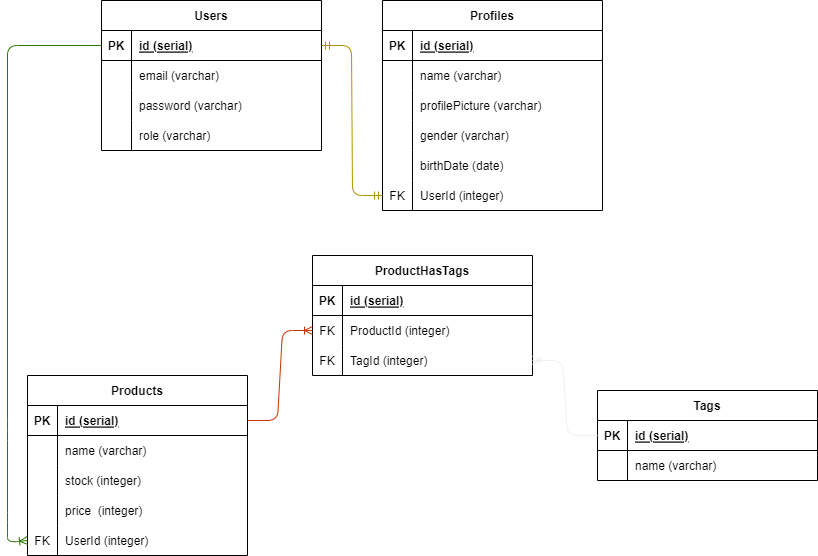
Before: ERD/schema-hijau-busana.drawio.png, a diagram exported from draw.io (viscocsiv/Hacktiv8-Hijau-Busana). Source tidied: cells renumbered, new cells last; positions are measured from the earlier drawing's top-left corner, leaving out a move shared by most shapes.
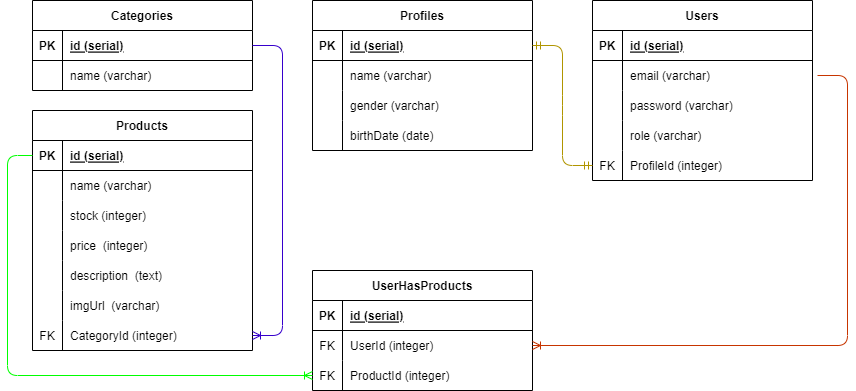
Later version of the same file.

Change to the diagram source:
```diff
@@ -3,7 +3,7 @@
     <mxCell id="0" />
     <mxCell id="1" parent="0" />
     <mxCell id="2" value="Users" style="shape=table;startSize=30;rowLines=0;fontStyle=1;align=center;" parent="1" vertex="1">
-      <mxGeometry x="94" width="220" height="150" as="geometry" />
+      <mxGeometry x="1420" y="97" width="220" height="180" as="geometry" />
     </mxCell>
     <mxCell id="3" style="shape=tableRow;horizontal=0;startSize=0;swimlaneHead=0;swimlaneBody=0;fillColor=none;points=[[0,0.5],[1,0.5]];portConstraint=eastwest;top=0;left=0;right=0;bottom=1;" parent="2" vertex="1">
       <mxGeometry y="30" width="220" height="30" as="geometry" />
@@ -41,8 +41,17 @@
     <mxCell id="14" value="role (varchar) " style="shape=partialRectangle;fillColor=none;top=0;left=0;bottom=0;right=0;align=left;spacingLeft=6;overflow=hidden;" parent="12" vertex="1">
       <mxGeometry x="30" width="190" height="30" as="geometry" />
     </mxCell>
+    <mxCell id="71" style="shape=tableRow;horizontal=0;startSize=0;swimlaneHead=0;swimlaneBody=0;fillColor=none;points=[[0,0.5],[1,0.5]];portConstraint=eastwest;top=0;left=0;right=0;bottom=0;" parent="2" vertex="1">
+      <mxGeometry y="150" width="220" height="30" as="geometry" />
+    </mxCell>
+    <mxCell id="32" value="FK" style="shape=partialRectangle;fillColor=none;top=0;left=0;bottom=0;right=0;overflow=hidden;" parent="71" vertex="1">
+      <mxGeometry width="30" height="30" as="geometry" />
+    </mxCell>
+    <mxCell id="72" value="ProfileId (integer) " style="shape=partialRectangle;fillColor=none;top=0;left=0;bottom=0;right=0;align=left;spacingLeft=6;overflow=hidden;" parent="71" vertex="1">
+      <mxGeometry x="30" width="190" height="30" as="geometry" />
+    </mxCell>
     <mxCell id="15" value="Profiles" style="shape=table;startSize=30;rowLines=0;fontStyle=1;align=center;" parent="1" vertex="1">
-      <mxGeometry x="375" width="220" height="210" as="geometry" />
+      <mxGeometry x="1140" y="97" width="220" height="150" as="geometry" />
     </mxCell>
     <mxCell id="16" style="shape=tableRow;horizontal=0;startSize=0;swimlaneHead=0;swimlaneBody=0;fillColor=none;points=[[0,0.5],[1,0.5]];portConstraint=eastwest;top=0;left=0;right=0;bottom=1;" parent="15" vertex="1">
       <mxGeometry y="30" width="220" height="30" as="geometry" />
@@ -62,17 +71,8 @@
     <mxCell id="21" value="name (varchar) " style="shape=partialRectangle;fillColor=none;top=0;left=0;bottom=0;right=0;align=left;spacingLeft=6;overflow=hidden;" parent="19" vertex="1">
       <mxGeometry x="30" width="190" height="30" as="geometry" />
     </mxCell>
-    <mxCell id="22" style="shape=tableRow;horizontal=0;startSize=0;swimlaneHead=0;swimlaneBody=0;fillColor=none;top=0;left=0;right=0;bottom=0;" parent="15" vertex="1">
-      <mxGeometry y="90" width="220" height="30" as="geometry" />
-    </mxCell>
-    <mxCell id="23" style="shape=partialRectangle;fillColor=none;top=0;left=0;bottom=0;right=0;overflow=hidden;" parent="22" vertex="1">
-      <mxGeometry width="30" height="30" as="geometry" />
-    </mxCell>
-    <mxCell id="24" value="profilePicture (varchar) " style="shape=partialRectangle;fillColor=none;top=0;left=0;bottom=0;right=0;align=left;spacingLeft=6;overflow=hidden;" parent="22" vertex="1">
-      <mxGeometry x="30" width="190" height="30" as="geometry" />
-    </mxCell>
     <mxCell id="25" style="shape=tableRow;horizontal=0;startSize=0;swimlaneHead=0;swimlaneBody=0;fillColor=none;top=0;left=0;right=0;bottom=0;" parent="15" vertex="1">
-      <mxGeometry y="120" width="220" height="30" as="geometry" />
+      <mxGeometry y="90" width="220" height="30" as="geometry" />
     </mxCell>
     <mxCell id="26" style="shape=partialRectangle;fillColor=none;top=0;left=0;bottom=0;right=0;overflow=hidden;" parent="25" vertex="1">
       <mxGeometry width="30" height="30" as="geometry" />
@@ -81,7 +81,7 @@
       <mxGeometry x="30" width="190" height="30" as="geometry" />
     </mxCell>
     <mxCell id="28" style="shape=tableRow;horizontal=0;startSize=0;swimlaneHead=0;swimlaneBody=0;fillColor=none;top=0;left=0;right=0;bottom=0;" parent="15" vertex="1">
-      <mxGeometry y="150" width="220" height="30" as="geometry" />
+      <mxGeometry y="120" width="220" height="30" as="geometry" />
     </mxCell>
     <mxCell id="29" style="shape=partialRectangle;fillColor=none;top=0;left=0;bottom=0;right=0;overflow=hidden;" parent="28" vertex="1">
       <mxGeometry width="30" height="30" as="geometry" />
@@ -89,20 +89,11 @@
     <mxCell id="30" value="birthDate (date) " style="shape=partialRectangle;fillColor=none;top=0;left=0;bottom=0;right=0;align=left;spacingLeft=6;overflow=hidden;" parent="28" vertex="1">
       <mxGeometry x="30" width="190" height="30" as="geometry" />
     </mxCell>
-    <mxCell id="31" style="shape=tableRow;horizontal=0;startSize=0;swimlaneHead=0;swimlaneBody=0;fillColor=none;points=[[0,0.5],[1,0.5]];portConstraint=eastwest;top=0;left=0;right=0;bottom=0;" parent="15" vertex="1">
-      <mxGeometry y="180" width="220" height="30" as="geometry" />
-    </mxCell>
-    <mxCell id="32" value="FK" style="shape=partialRectangle;fillColor=none;top=0;left=0;bottom=0;right=0;overflow=hidden;" parent="31" vertex="1">
-      <mxGeometry width="30" height="30" as="geometry" />
-    </mxCell>
-    <mxCell id="33" value="UserId (integer)" style="shape=partialRectangle;fillColor=none;top=0;left=0;bottom=0;right=0;align=left;spacingLeft=6;overflow=hidden;" parent="31" vertex="1">
-      <mxGeometry x="30" width="190" height="30" as="geometry" />
-    </mxCell>
-    <mxCell id="34" style="edgeStyle=entityRelationEdgeStyle;fontSize=12;html=1;endArrow=ERmandOne;startArrow=ERmandOne;exitX=1;exitY=0.5;exitDx=0;exitDy=0;entryX=0;entryY=0.5;entryDx=0;entryDy=0;fillColor=#e3c800;strokeColor=#B09500;" parent="1" edge="1" source="3" target="31">
+    <mxCell id="34" style="edgeStyle=entityRelationEdgeStyle;fontSize=12;html=1;endArrow=ERmandOne;startArrow=ERmandOne;exitX=1;exitY=0.5;exitDx=0;exitDy=0;entryX=0;entryY=0.5;entryDx=0;entryDy=0;fillColor=#e3c800;strokeColor=#B09500;" parent="1" edge="1" source="16" target="71">
       <mxGeometry relative="1" as="geometry" />
     </mxCell>
     <mxCell id="35" value="Products" style="shape=table;startSize=30;rowLines=0;fontStyle=1;align=center;" parent="1" vertex="1">
-      <mxGeometry x="20" y="375" width="220" height="180" as="geometry" />
+      <mxGeometry x="860" y="207" width="220" height="240" as="geometry" />
     </mxCell>
     <mxCell id="36" style="shape=tableRow;horizontal=0;startSize=0;swimlaneHead=0;swimlaneBody=0;fillColor=none;points=[[0,0.5],[1,0.5]];portConstraint=eastwest;top=0;left=0;right=0;bottom=1;" parent="35" vertex="1">
       <mxGeometry y="30" width="220" height="30" as="geometry" />
@@ -140,27 +131,35 @@
     <mxCell id="47" value="price  (integer) " style="shape=partialRectangle;fillColor=none;top=0;left=0;bottom=0;right=0;align=left;spacingLeft=6;overflow=hidden;" parent="45" vertex="1">
       <mxGeometry x="30" width="190" height="30" as="geometry" />
     </mxCell>
+    <mxCell id="73" style="shape=tableRow;horizontal=0;startSize=0;swimlaneHead=0;swimlaneBody=0;fillColor=none;top=0;left=0;right=0;bottom=0;" parent="35" vertex="1">
+      <mxGeometry y="150" width="220" height="30" as="geometry" />
+    </mxCell>
+    <mxCell id="74" style="shape=partialRectangle;fillColor=none;top=0;left=0;bottom=0;right=0;overflow=hidden;" parent="73" vertex="1">
+      <mxGeometry width="30" height="30" as="geometry" />
+    </mxCell>
+    <mxCell id="75" value="description  (text) " style="shape=partialRectangle;fillColor=none;top=0;left=0;bottom=0;right=0;align=left;spacingLeft=6;overflow=hidden;" parent="73" vertex="1">
+      <mxGeometry x="30" width="190" height="30" as="geometry" />
+    </mxCell>
+    <mxCell id="31" style="shape=tableRow;horizontal=0;startSize=0;swimlaneHead=0;swimlaneBody=0;fillColor=none;points=[[0,0.5],[1,0.5]];portConstraint=eastwest;top=0;left=0;right=0;bottom=0;" parent="35" vertex="1">
+      <mxGeometry y="180" width="220" height="30" as="geometry" />
+    </mxCell>
+    <mxCell id="76" style="shape=partialRectangle;fillColor=none;top=0;left=0;bottom=0;right=0;overflow=hidden;" parent="31" vertex="1">
+      <mxGeometry width="30" height="30" as="geometry" />
+    </mxCell>
+    <mxCell id="77" value="imgUrl  (varchar) " style="shape=partialRectangle;fillColor=none;top=0;left=0;bottom=0;right=0;align=left;spacingLeft=6;overflow=hidden;" parent="31" vertex="1">
+      <mxGeometry x="30" width="190" height="30" as="geometry" />
+    </mxCell>
     <mxCell id="48" style="shape=tableRow;horizontal=0;startSize=0;swimlaneHead=0;swimlaneBody=0;fillColor=none;points=[[0,0.5],[1,0.5]];portConstraint=eastwest;top=0;left=0;right=0;bottom=0;" parent="35" vertex="1">
-      <mxGeometry y="150" width="220" height="30" as="geometry" />
+      <mxGeometry y="210" width="220" height="30" as="geometry" />
     </mxCell>
     <mxCell id="49" value="FK" style="shape=partialRectangle;fillColor=none;top=0;left=0;bottom=0;right=0;overflow=hidden;" parent="48" vertex="1">
       <mxGeometry width="30" height="30" as="geometry" />
     </mxCell>
-    <mxCell id="50" value="UserId (integer)" style="shape=partialRectangle;fillColor=none;top=0;left=0;bottom=0;right=0;align=left;spacingLeft=6;overflow=hidden;" parent="48" vertex="1">
+    <mxCell id="50" value="CategoryId (integer)" style="shape=partialRectangle;fillColor=none;top=0;left=0;bottom=0;right=0;align=left;spacingLeft=6;overflow=hidden;" parent="48" vertex="1">
       <mxGeometry x="30" width="190" height="30" as="geometry" />
     </mxCell>
-    <mxCell id="51" style="edgeStyle=none;html=1;exitX=0;exitY=0.5;exitDx=0;exitDy=0;entryX=0;entryY=0.5;entryDx=0;entryDy=0;endArrow=ERoneToMany;endFill=0;fillColor=#60a917;strokeColor=#2D7600;" parent="1" edge="1" source="3" target="48">
-      <mxGeometry relative="1" as="geometry">
-        <Array as="points">
-          <mxPoint y="45" />
-          <mxPoint y="430" />
-          <mxPoint y="522" />
-          <mxPoint y="542" />
-        </Array>
-      </mxGeometry>
-    </mxCell>
-    <mxCell id="52" value="Tags" style="shape=table;startSize=30;rowLines=0;fontStyle=1;align=center;" parent="1" vertex="1">
-      <mxGeometry x="590" y="390" width="220" height="90" as="geometry" />
+    <mxCell id="52" value="Categories" style="shape=table;startSize=30;rowLines=0;fontStyle=1;align=center;" parent="1" vertex="1">
+      <mxGeometry x="860" y="97" width="220" height="90" as="geometry" />
     </mxCell>
     <mxCell id="53" style="shape=tableRow;horizontal=0;startSize=0;swimlaneHead=0;swimlaneBody=0;fillColor=none;points=[[0,0.5],[1,0.5]];portConstraint=eastwest;top=0;left=0;right=0;bottom=1;" parent="52" vertex="1">
       <mxGeometry y="30" width="220" height="30" as="geometry" />
@@ -180,8 +179,8 @@
     <mxCell id="58" value="name (varchar) " style="shape=partialRectangle;fillColor=none;top=0;left=0;bottom=0;right=0;align=left;spacingLeft=6;overflow=hidden;" parent="56" vertex="1">
       <mxGeometry x="30" width="190" height="30" as="geometry" />
     </mxCell>
-    <mxCell id="59" value="ProductHasTags" style="shape=table;startSize=30;rowLines=0;fontStyle=1;align=center;" parent="1" vertex="1">
-      <mxGeometry x="305" y="255" width="220" height="120" as="geometry" />
+    <mxCell id="59" value="UserHasProducts" style="shape=table;startSize=30;rowLines=0;fontStyle=1;align=center;" parent="1" vertex="1">
+      <mxGeometry x="1140" y="367" width="220" height="120" as="geometry" />
     </mxCell>
     <mxCell id="60" style="shape=tableRow;horizontal=0;startSize=0;swimlaneHead=0;swimlaneBody=0;fillColor=none;top=0;left=0;right=0;bottom=1;" parent="59" vertex="1">
       <mxGeometry y="30" width="220" height="30" as="geometry" />
@@ -198,7 +197,7 @@
     <mxCell id="64" value="FK" style="shape=partialRectangle;fillColor=none;top=0;left=0;bottom=0;right=0;overflow=hidden;" parent="63" vertex="1">
       <mxGeometry width="30" height="30" as="geometry" />
     </mxCell>
-    <mxCell id="65" value="ProductId (integer) " style="shape=partialRectangle;fillColor=none;top=0;left=0;bottom=0;right=0;align=left;spacingLeft=6;overflow=hidden;" parent="63" vertex="1">
+    <mxCell id="65" value="UserId (integer) " style="shape=partialRectangle;fillColor=none;top=0;left=0;bottom=0;right=0;align=left;spacingLeft=6;overflow=hidden;" parent="63" vertex="1">
       <mxGeometry x="30" width="190" height="30" as="geometry" />
     </mxCell>
     <mxCell id="66" style="shape=tableRow;horizontal=0;startSize=0;swimlaneHead=0;swimlaneBody=0;fillColor=none;points=[[0,0.5],[1,0.5]];portConstraint=eastwest;top=0;left=0;right=0;bottom=0;" parent="59" vertex="1">
@@ -207,14 +206,24 @@
     <mxCell id="67" value="FK" style="shape=partialRectangle;fillColor=none;top=0;left=0;bottom=0;right=0;overflow=hidden;" parent="66" vertex="1">
       <mxGeometry width="30" height="30" as="geometry" />
     </mxCell>
-    <mxCell id="68" value="TagId (integer) " style="shape=partialRectangle;fillColor=none;top=0;left=0;bottom=0;right=0;align=left;spacingLeft=6;overflow=hidden;" parent="66" vertex="1">
+    <mxCell id="68" value="ProductId (integer) " style="shape=partialRectangle;fillColor=none;top=0;left=0;bottom=0;right=0;align=left;spacingLeft=6;overflow=hidden;" parent="66" vertex="1">
       <mxGeometry x="30" width="190" height="30" as="geometry" />
     </mxCell>
-    <mxCell id="69" style="edgeStyle=entityRelationEdgeStyle;fontSize=12;html=1;endArrow=ERoneToMany;exitX=0;exitY=0.5;exitDx=0;exitDy=0;entryX=1;entryY=0.5;entryDx=0;entryDy=0;fillColor=#60a917;strokeColor=#F0F0F0;" parent="1" edge="1" source="53" target="66">
-      <mxGeometry relative="1" as="geometry" />
-    </mxCell>
-    <mxCell id="70" style="edgeStyle=entityRelationEdgeStyle;fontSize=12;html=1;endArrow=ERoneToMany;exitX=1;exitY=0.5;exitDx=0;exitDy=0;entryX=0;entryY=0.5;entryDx=0;entryDy=0;fillColor=#fa6800;strokeColor=#C73500;" parent="1" edge="1" source="36" target="63">
-      <mxGeometry relative="1" as="geometry" />
+    <mxCell id="70" style="edgeStyle=entityRelationEdgeStyle;fontSize=12;html=1;endArrow=ERoneToMany;entryX=1;entryY=0.5;entryDx=0;entryDy=0;fillColor=#fa6800;strokeColor=#C73500;" parent="1" edge="1" target="63">
+      <mxGeometry relative="1" as="geometry">
+        <mxPoint x="1645" y="172" as="sourcePoint" />
+      </mxGeometry>
     </mxCell>
+    <mxCell id="78" style="edgeStyle=entityRelationEdgeStyle;fontSize=12;html=1;endArrow=ERoneToMany;exitX=1;exitY=0.5;exitDx=0;exitDy=0;fillColor=#6a00ff;strokeColor=#3700CC;" parent="1" edge="1" source="53" target="48">
+      <mxGeometry relative="1" as="geometry" />
+    </mxCell>
+    <mxCell id="79" style="edgeStyle=none;html=1;exitX=0;exitY=0.5;exitDx=0;exitDy=0;endArrow=ERoneToMany;endFill=0;entryX=0;entryY=0.5;entryDx=0;entryDy=0;fillColor=#008a00;strokeColor=#00FF00;" parent="1" edge="1" source="36" target="66">
+      <mxGeometry relative="1" as="geometry">
+        <Array as="points">
+          <mxPoint x="835" y="252" />
+          <mxPoint x="835" y="472" />
+        </Array>
+      </mxGeometry>
+    </mxCell>
   </root>
 </mxGraphModel>
```
